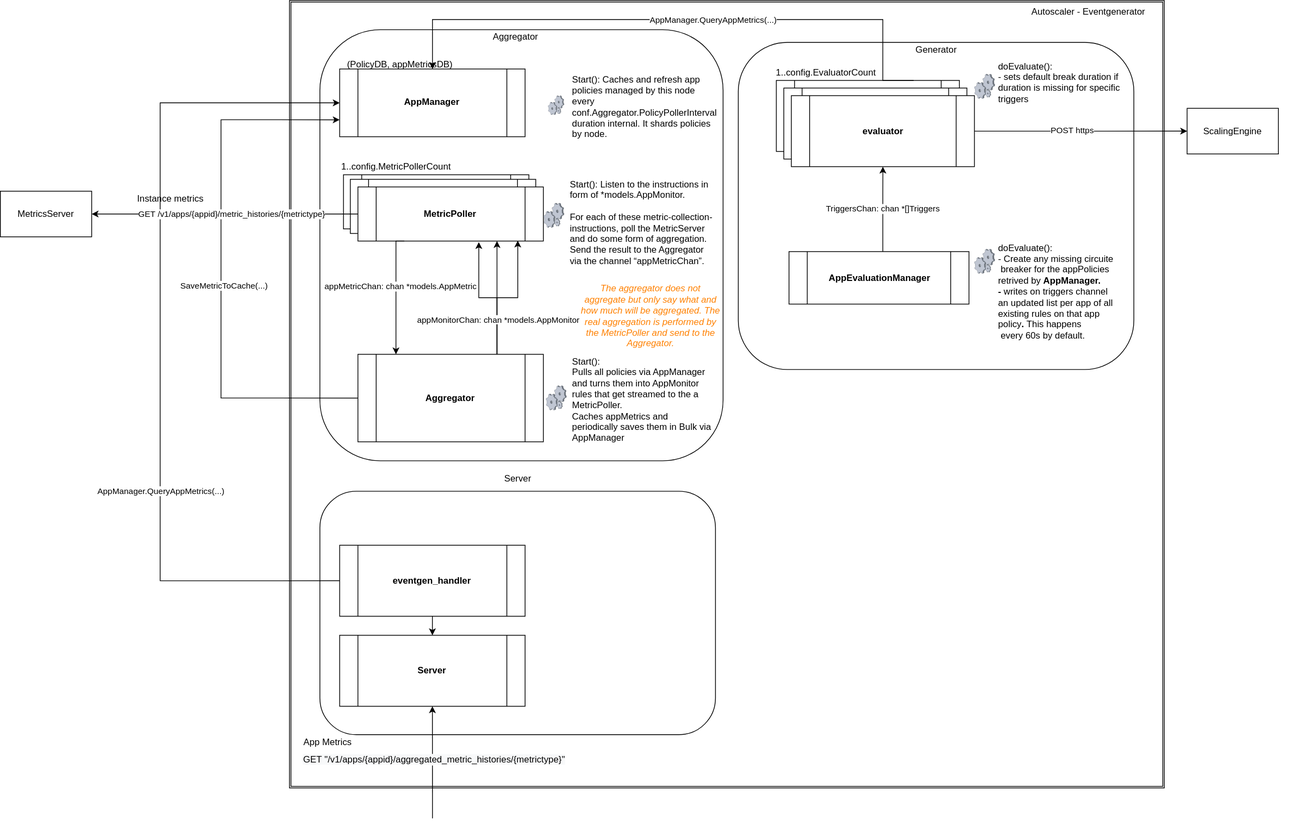
Earlier version of the draw.io export docs/eventgenerator.svg (cloudfoundry/app-autoscaler-release). Source tidied: cells renumbered, new cells last; positions are measured from the earlier drawing's top-left corner, leaving out a move shared by most shapes.
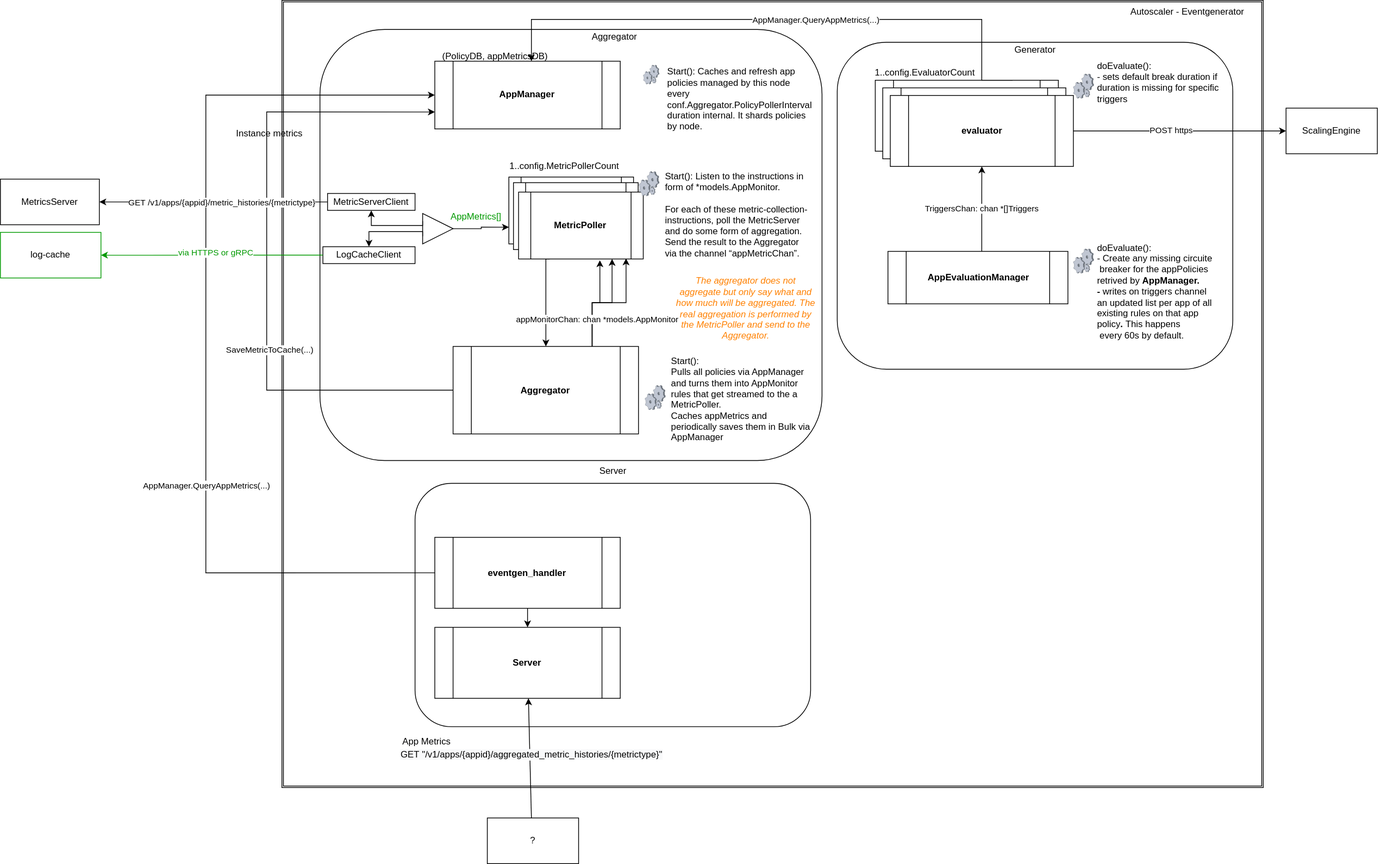
The same file after the commit.

Commit message:
Update event generator diagram

Diff of the diagram source:
```diff
@@ -3,13 +3,13 @@
     <mxCell id="0" />
     <mxCell id="1" parent="0" />
     <mxCell id="2" style="shape=ext;double=1;rounded=0;whiteSpace=wrap;html=1;" parent="1" vertex="1">
-      <mxGeometry x="380" width="1150" height="1035" as="geometry" />
+      <mxGeometry x="240" width="1290" height="1035" as="geometry" />
     </mxCell>
     <mxCell id="3" style="rounded=1;whiteSpace=wrap;html=1;" parent="1" vertex="1">
-      <mxGeometry x="420" y="38.3" width="530" height="566.7" as="geometry" />
+      <mxGeometry x="290" y="38.3" width="660" height="566.7" as="geometry" />
     </mxCell>
     <mxCell id="4" style="group;align=left;" parent="1" vertex="1">
-      <mxGeometry x="420" y="65" width="700" height="900" as="geometry" />
+      <mxGeometry x="415" y="55" width="700" height="900" as="geometry" />
     </mxCell>
     <mxCell id="5" style="edgeStyle=orthogonalEdgeStyle;rounded=0;jettySize=auto;html=1;exitX=0.75;exitY=0;exitDx=0;exitDy=0;entryX=0.75;entryY=1;entryDx=0;entryDy=0;horizontal=1;verticalAlign=top;endArrow=classic;endFill=1;" parent="4" edge="1" source="10" target="19">
       <mxGeometry relative="1" as="geometry" />
@@ -23,13 +23,15 @@
     <mxCell id="8" style="edgeStyle=orthogonalEdgeStyle;rounded=0;jettySize=auto;html=1;exitX=0;exitY=0.5;exitDx=0;exitDy=0;entryX=0;entryY=0.75;entryDx=0;entryDy=0;fontColor=#000000;endArrow=classic;endFill=1;strokeColor=default;strokeWidth=1;" parent="4" edge="1" source="10" target="13">
       <mxGeometry relative="1" as="geometry">
         <Array as="points">
-          <mxPoint x="-130" y="458" />
-          <mxPoint x="-130" y="92" />
+          <mxPoint x="-195" y="458" />
+          <mxPoint x="-195" y="92" />
         </Array>
       </mxGeometry>
     </mxCell>
     <mxCell id="9" value="SaveMetricToCache(...)" style="edgeLabel;html=1;align=center;verticalAlign=middle;fontColor=#000000;" parent="8" vertex="1">
-      <mxGeometry x="-0.07" y="-3" relative="1" as="geometry" />
+      <mxGeometry x="-0.07" y="-3" relative="1" as="geometry">
+        <mxPoint y="91" as="offset" />
+      </mxGeometry>
     </mxCell>
     <mxCell id="10" value="&lt;b&gt;Aggregator&lt;/b&gt;" style="shape=process;whiteSpace=wrap;html=1;backgroundOutline=1;" parent="4" vertex="1">
       <mxGeometry x="50" y="400" width="243.8" height="115" as="geometry" />
@@ -44,48 +46,34 @@
       <mxGeometry y="28.6" width="243.8" height="89" as="geometry" />
     </mxCell>
     <mxCell id="14" style="group;" parent="4" vertex="1">
-      <mxGeometry x="26" y="150" width="267.8" height="101.1" as="geometry" />
+      <mxGeometry x="120" y="160" width="180" height="125" as="geometry" />
     </mxCell>
     <mxCell id="15" style="group;" parent="14" vertex="1">
-      <mxGeometry width="267.8" height="101.1" as="geometry" />
+      <mxGeometry width="180" height="125" as="geometry" />
     </mxCell>
     <mxCell id="16" value="&lt;b&gt;MetricPoller&lt;/b&gt;" style="shape=process;whiteSpace=wrap;html=1;backgroundOutline=1;" parent="15" vertex="1">
-      <mxGeometry x="5" y="14" width="243.8" height="71.1" as="geometry" />
+      <mxGeometry x="3.4" y="17.3" width="163.9" height="87.9" as="geometry" />
     </mxCell>
     <mxCell id="17" value="1..config.MetricPollerCount" style="text;html=1;align=center;verticalAlign=middle;strokeColor=none;fillColor=none;" parent="15" vertex="1">
-      <mxGeometry x="-6" y="-6" width="160" height="20" as="geometry" />
+      <mxGeometry x="-4" y="-7.4" width="160" height="20" as="geometry" />
     </mxCell>
     <mxCell id="18" value="&lt;b&gt;MetricPoller&lt;/b&gt;" style="shape=process;whiteSpace=wrap;html=1;backgroundOutline=1;" parent="15" vertex="1">
-      <mxGeometry x="14" y="20" width="243.8" height="71.1" as="geometry" />
+      <mxGeometry x="9.4" y="24.7" width="163.9" height="87.9" as="geometry" />
     </mxCell>
     <mxCell id="19" value="&lt;b&gt;MetricPoller&lt;/b&gt;" style="shape=process;whiteSpace=wrap;html=1;backgroundOutline=1;" parent="15" vertex="1">
-      <mxGeometry x="24" y="30" width="243.8" height="71.1" as="geometry" />
+      <mxGeometry x="16.1" y="37.1" width="163.9" height="87.9" as="geometry" />
     </mxCell>
-    <mxCell id="20" style="edgeStyle=orthogonalEdgeStyle;rounded=0;jettySize=auto;html=1;exitX=0.25;exitY=1;exitDx=0;exitDy=0;" parent="4" edge="1" source="19">
-      <mxGeometry relative="1" as="geometry">
-        <mxPoint x="100" y="400" as="targetPoint" />
-        <Array as="points">
-          <mxPoint x="100" y="251" />
-          <mxPoint x="100" y="400" />
-        </Array>
-      </mxGeometry>
-    </mxCell>
-    <mxCell id="21" value="&lt;div&gt;appMetricChan: chan *models.AppMetric&lt;br&gt;&lt;/div&gt;" style="edgeLabel;html=1;align=center;verticalAlign=middle;" parent="20" vertex="1">
-      <mxGeometry x="-0.39" y="1" relative="1" as="geometry">
-        <mxPoint x="4" y="21" as="offset" />
-      </mxGeometry>
-    </mxCell>
     <mxCell id="22" value="&lt;i&gt;&lt;font color=&quot;#ff8000&quot;&gt;The aggregator does not aggregate but only say what and how much will be aggregated. The real aggregation is performed by the MetricPoller and send to the Aggregator.&lt;/font&gt;&lt;/i&gt;" style="text;html=1;strokeColor=none;fillColor=none;align=center;verticalAlign=middle;whiteSpace=wrap;rounded=0;" parent="4" vertex="1">
       <mxGeometry x="340" y="300" width="190" height="100" as="geometry" />
     </mxCell>
     <mxCell id="23" style="verticalLabelPosition=bottom;sketch=0;html=1;verticalAlign=top;strokeColor=none;align=center;shape=mxgraph.citrix.process;" parent="4" vertex="1">
-      <mxGeometry x="294.2" y="201.2" width="26.8" height="32" as="geometry" />
+      <mxGeometry x="294.2" y="170" width="26.8" height="32" as="geometry" />
     </mxCell>
     <mxCell id="24" value="&lt;div&gt;Start(): Listen to the instructions in form of *models.AppMonitor. &lt;br&gt;&lt;/div&gt;&lt;div&gt;&lt;br&gt;&lt;/div&gt;&lt;div&gt;For each of these metric-collection-instructions, poll the MetricServer and do some form of aggregation. Send the result to the Aggregator via the channel “appMetricChan”.&lt;/div&gt;" style="text;html=1;strokeColor=none;fillColor=none;align=left;verticalAlign=middle;whiteSpace=wrap;rounded=0;" parent="4" vertex="1">
       <mxGeometry x="326.8" y="170" width="190" height="114.4" as="geometry" />
     </mxCell>
     <mxCell id="25" style="verticalLabelPosition=bottom;sketch=0;html=1;verticalAlign=top;strokeColor=none;align=center;shape=mxgraph.citrix.process;" parent="4" vertex="1">
-      <mxGeometry x="300" y="60" width="21" height="25" as="geometry" />
+      <mxGeometry x="300" y="30" width="21" height="25" as="geometry" />
     </mxCell>
     <mxCell id="26" style="group;" parent="4" vertex="1">
       <mxGeometry y="470" width="520" height="430" as="geometry" />
@@ -111,8 +99,8 @@
     <mxCell id="33" style="edgeStyle=orthogonalEdgeStyle;rounded=0;jettySize=auto;html=1;exitX=0;exitY=0.5;exitDx=0;exitDy=0;entryX=0;entryY=0.5;entryDx=0;entryDy=0;fontColor=#000000;endArrow=classic;endFill=1;strokeColor=default;strokeWidth=1;" parent="4" edge="1" source="30" target="13">
       <mxGeometry relative="1" as="geometry">
         <Array as="points">
-          <mxPoint x="-210" y="698" />
-          <mxPoint x="-210" y="70" />
+          <mxPoint x="-275" y="698" />
+          <mxPoint x="-275" y="70" />
         </Array>
       </mxGeometry>
     </mxCell>
@@ -121,6 +109,27 @@
         <mxPoint x="-1" y="168" as="offset" />
       </mxGeometry>
     </mxCell>
+    <mxCell id="69" style="edgeStyle=orthogonalEdgeStyle;rounded=0;jettySize=auto;html=1;exitX=0.25;exitY=1;exitDx=0;exitDy=0;" parent="4" edge="1" source="19" target="10">
+      <mxGeometry relative="1" as="geometry">
+        <Array as="points">
+          <mxPoint x="172" y="285" />
+        </Array>
+      </mxGeometry>
+    </mxCell>
+    <mxCell id="70" value="AppMetrics[]" style="text;html=1;align=center;verticalAlign=middle;strokeColor=none;fillColor=none;fontColor=#009900;" parent="4" vertex="1">
+      <mxGeometry x="40" y="220" width="80" height="20" as="geometry" />
+    </mxCell>
+    <mxCell id="71" style="edgeStyle=orthogonalEdgeStyle;rounded=0;jettySize=auto;html=1;exitX=1;exitY=0.5;exitDx=0;exitDy=0;entryX=0;entryY=0.75;entryDx=0;entryDy=0;" parent="4" edge="1" source="72" target="16">
+      <mxGeometry relative="1" as="geometry">
+        <Array as="points">
+          <mxPoint x="87" y="245" />
+          <mxPoint x="87" y="243" />
+        </Array>
+      </mxGeometry>
+    </mxCell>
+    <mxCell id="72" style="triangle;whiteSpace=wrap;html=1;" parent="4" vertex="1">
+      <mxGeometry x="10" y="225.2" width="40" height="40" as="geometry" />
+    </mxCell>
     <mxCell id="35" value="Autoscaler - Eventgenerator" style="text;html=1;align=center;verticalAlign=middle;strokeColor=none;fillColor=none;" parent="1" vertex="1">
       <mxGeometry x="1345" y="5" width="170" height="20" as="geometry" />
     </mxCell>
@@ -189,16 +198,22 @@
     <mxCell id="55" value="doEvaluate(): &lt;br&gt;- sets default break duration if&amp;nbsp;&lt;br&gt;duration is missing for specific&amp;nbsp;&lt;br&gt;triggers&lt;br&gt;&lt;span style=&quot;color: rgba(0 , 0 , 0 , 0) ; font-family: monospace ; font-size: 0px&quot;&gt;%3CmxGraphModel%3E%3Croot%3E%3CmxCell%20id%3D%220%22%2F%3E%3CmxCell%20id%3D%221%22%20parent%3D%220%22%2F%3E%3CmxCell%20id%3D%222%22%20value%3D%22%22%20style%3D%22group%22%20vertex%3D%221%22%20connectable%3D%220%22%20parent%3D%221%22%3E%3CmxGeometry%20x%3D%2210%22%20y%3D%2275%22%20width%3D%22230%22%20height%3D%2289.99999999999999%22%20as%3D%22geometry%22%2F%3E%3C%2FmxCell%3E%3CmxCell%20id%3D%223%22%20value%3D%22%22%20style%3D%22verticalLabelPosition%3Dbottom%3Bsketch%3D0%3Baspect%3Dfixed%3Bhtml%3D1%3BverticalAlign%3Dtop%3BstrokeColor%3Dnone%3Balign%3Dcenter%3BoutlineConnect%3D0%3Bshape%3Dmxgraph.citrix.process%3B%22%20vertex%3D%221%22%20parent%3D%222%22%3E%3CmxGeometry%20y%3D%2221.67%22%20width%3D%2226.84%22%20height%3D%2232%22%20as%3D%22geometry%22%2F%3E%3C%2FmxCell%3E%3CmxCell%20id%3D%224%22%20value%3D%22Start()%3A%20Caches%20and%20refresh%20app%20%26lt%3Bbr%26gt%3Bpolicies%20managed%20by%20this%20%26lt%3Bbr%26gt%3BeventGenerator%20node%20every%20x%20time%20%26lt%3Bbr%26gt%3Binternal.%20It%20shards%20policies%20by%20%26lt%3Bbr%26gt%3BeventGenerator%26amp%3Bnbsp%3Bnode.%26lt%3Bbr%26gt%3B%26amp%3Bnbsp%3B%22%20style%3D%22text%3Bhtml%3D1%3Balign%3Dleft%3BverticalAlign%3Dmiddle%3Bresizable%3D0%3Bpoints%3D%5B%5D%3Bautosize%3D1%3BstrokeColor%3Dnone%3BfillColor%3Dnone%3B%22%20vertex%3D%221%22%20parent%3D%222%22%3E%3CmxGeometry%20x%3D%2229.999999999999943%22%20width%3D%22200%22%20height%3D%2290%22%20as%3D%22geometry%22%2F%3E%3C%2FmxCell%3E%3C%2Froot%3E%3C%2FmxGraphModel%3ECra&lt;/span&gt;&lt;b&gt;&lt;br&gt;&lt;/b&gt;" style="text;html=1;align=left;verticalAlign=middle;strokeColor=none;fillColor=none;" parent="36" vertex="1">
       <mxGeometry x="340.4" y="20" width="180" height="80" as="geometry" />
     </mxCell>
-    <mxCell id="56" style="edgeStyle=orthogonalEdgeStyle;rounded=0;jettySize=auto;html=1;exitX=0;exitY=0.5;exitDx=0;exitDy=0;entryX=1;entryY=0.5;entryDx=0;entryDy=0;" parent="1" edge="1" source="19" target="58">
-      <mxGeometry relative="1" as="geometry" />
+    <mxCell id="56" style="edgeStyle=orthogonalEdgeStyle;rounded=0;jettySize=auto;html=1;entryX=1;entryY=0.5;entryDx=0;entryDy=0;exitX=0;exitY=0.5;exitDx=0;exitDy=0;" parent="1" edge="1" source="74" target="58">
+      <mxGeometry relative="1" as="geometry">
+        <Array as="points">
+          <mxPoint x="305" y="265" />
+          <mxPoint x="100" y="265" />
+          <mxPoint x="100" y="261" />
+        </Array>
+      </mxGeometry>
     </mxCell>
     <mxCell id="57" value="GET&amp;nbsp;/v1/apps/{appid}/metric_histories/{metrictype}" style="edgeLabel;html=1;align=center;verticalAlign=middle;fontColor=#000000;" parent="56" vertex="1">
       <mxGeometry x="0.32" y="-1" relative="1" as="geometry">
-        <mxPoint x="65" y="1" as="offset" />
+        <mxPoint x="55" y="1" as="offset" />
       </mxGeometry>
     </mxCell>
     <mxCell id="58" value="MetricsServer" style="rounded=0;whiteSpace=wrap;html=1;" parent="1" vertex="1">
-      <mxGeometry y="250.6" width="120" height="60" as="geometry" />
+      <mxGeometry x="-130" y="235" width="130" height="60" as="geometry" />
     </mxCell>
     <mxCell id="59" value="Aggregator" style="text;html=1;align=center;verticalAlign=middle;strokeColor=none;fillColor=none;" parent="1" vertex="1">
       <mxGeometry x="637.3" y="38.3" width="80" height="20" as="geometry" />
@@ -235,10 +250,47 @@
       <mxGeometry x="0.05" y="-2" relative="1" as="geometry" />
     </mxCell>
     <mxCell id="67" value="Instance metrics&amp;nbsp;" style="text;html=1;align=center;verticalAlign=middle;strokeColor=none;fillColor=none;fontColor=#000000;" parent="1" vertex="1">
-      <mxGeometry x="170" y="250.6" width="110" height="20" as="geometry" />
+      <mxGeometry x="170" y="165" width="110" height="20" as="geometry" />
     </mxCell>
     <mxCell id="68" value="App Metrics" style="text;html=1;align=center;verticalAlign=middle;strokeColor=none;fillColor=none;fontColor=#000000;" parent="1" vertex="1">
       <mxGeometry x="390" y="965" width="80" height="20" as="geometry" />
     </mxCell>
+    <mxCell id="73" value="?" style="rounded=0;whiteSpace=wrap;html=1;" parent="1" vertex="1">
+      <mxGeometry x="510" y="1075" width="120" height="60" as="geometry" />
+    </mxCell>
+    <mxCell id="74" value="&lt;span&gt;MetricServerClient&lt;/span&gt;" style="rounded=0;whiteSpace=wrap;html=1;" parent="1" vertex="1">
+      <mxGeometry x="300" y="253.9" width="115" height="22.2" as="geometry" />
+    </mxCell>
+    <mxCell id="75" style="group;" parent="1" vertex="1">
+      <mxGeometry x="-130" y="305" width="545" height="60" as="geometry" />
+    </mxCell>
+    <mxCell id="76" value="log-cache" style="rounded=0;whiteSpace=wrap;html=1;fillColor=#FFFFFF;strokeColor=#009900;" parent="75" vertex="1">
+      <mxGeometry width="132.1" height="60" as="geometry" />
+    </mxCell>
+    <mxCell id="77" value="&lt;span&gt;LogCacheClient&lt;/span&gt;" style="rounded=0;whiteSpace=wrap;html=1;" parent="75" vertex="1">
+      <mxGeometry x="423.9" y="18.9" width="121.1" height="22.2" as="geometry" />
+    </mxCell>
+    <mxCell id="78" style="edgeStyle=orthogonalEdgeStyle;rounded=0;jettySize=auto;html=1;fontColor=#000000;endArrow=classic;endFill=1;strokeColor=#009900;strokeWidth=1;fillColor=#006600;startArrow=none;exitX=0;exitY=0.5;exitDx=0;exitDy=0;entryX=1;entryY=0.5;entryDx=0;entryDy=0;" parent="75" edge="1" source="77" target="76">
+      <mxGeometry relative="1" as="geometry" />
+    </mxCell>
+    <mxCell id="79" value="&lt;span style=&quot;color: rgb(0 , 153 , 0)&quot;&gt;via HTTPS or gRPC&lt;/span&gt;" style="edgeLabel;html=1;align=center;verticalAlign=middle;" parent="78" vertex="1">
+      <mxGeometry x="-0.04" y="-3" relative="1" as="geometry" />
+    </mxCell>
+    <mxCell id="80" style="edgeStyle=orthogonalEdgeStyle;rounded=0;jettySize=auto;html=1;exitX=0;exitY=0.75;exitDx=0;exitDy=0;entryX=0.5;entryY=0;entryDx=0;entryDy=0;" parent="1" edge="1" source="72" target="77">
+      <mxGeometry relative="1" as="geometry">
+        <Array as="points">
+          <mxPoint x="425" y="304" />
+          <mxPoint x="354" y="304" />
+        </Array>
+      </mxGeometry>
+    </mxCell>
+    <mxCell id="81" style="edgeStyle=orthogonalEdgeStyle;rounded=0;jettySize=auto;html=1;exitX=0;exitY=0.25;exitDx=0;exitDy=0;entryX=0.5;entryY=1;entryDx=0;entryDy=0;" parent="1" edge="1" source="72" target="74">
+      <mxGeometry relative="1" as="geometry">
+        <Array as="points">
+          <mxPoint x="425" y="296" />
+          <mxPoint x="358" y="296" />
+        </Array>
+      </mxGeometry>
+    </mxCell>
   </root>
 </mxGraphModel>
```
